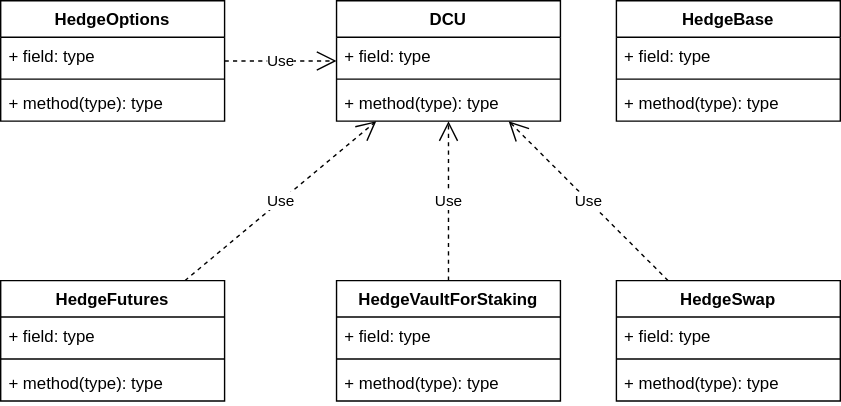
Before: docs/structure.svg, a diagram exported from draw.io (NEST-Protocol/NEST-PVM-V1.0). Source tidied: cells renumbered, new cells last; positions are measured from the earlier drawing's top-left corner, leaving out a move shared by most shapes.
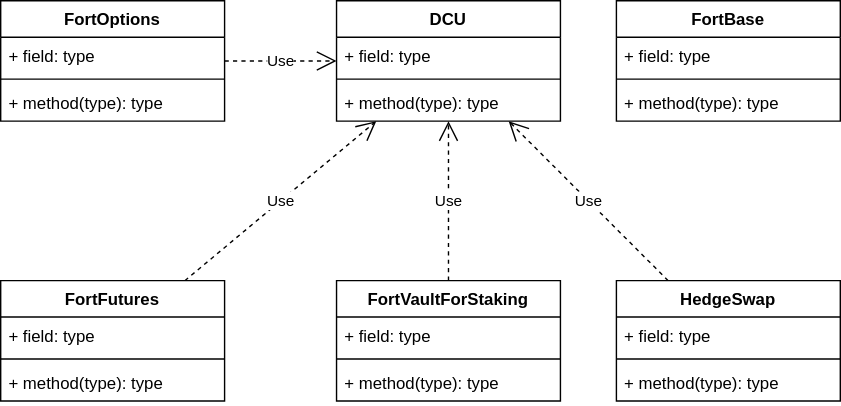
The same file after the commit.

What changed in the source:
```diff
@@ -14,7 +14,7 @@
     <mxCell id="5" value="Use" style="endArrow=open;endSize=12;dashed=1;html=1;" parent="1" edge="1" source="26" target="14">
       <mxGeometry relative="1" as="geometry" />
     </mxCell>
-    <mxCell id="6" value="HedgeFutures" style="swimlane;fontStyle=1;align=center;verticalAlign=top;horizontal=1;startSize=26;" parent="1" vertex="1">
+    <mxCell id="6" value="FortFutures" style="swimlane;fontStyle=1;align=center;verticalAlign=top;horizontal=1;startSize=26;" parent="1" vertex="1">
       <mxGeometry y="200" width="160" height="86" as="geometry" />
     </mxCell>
     <mxCell id="7" value="+ field: type" style="text;strokeColor=none;fillColor=none;align=left;verticalAlign=top;spacingLeft=4;spacingRight=4;overflow=hidden;" parent="6" vertex="1">
@@ -26,7 +26,7 @@
     <mxCell id="9" value="+ method(type): type" style="text;strokeColor=none;fillColor=none;align=left;verticalAlign=top;spacingLeft=4;spacingRight=4;overflow=hidden;" parent="6" vertex="1">
       <mxGeometry y="60" width="160" height="26" as="geometry" />
     </mxCell>
-    <mxCell id="10" value="HedgeOptions" style="swimlane;fontStyle=1;align=center;verticalAlign=top;horizontal=1;startSize=26;" parent="1" vertex="1">
+    <mxCell id="10" value="FortOptions" style="swimlane;fontStyle=1;align=center;verticalAlign=top;horizontal=1;startSize=26;" parent="1" vertex="1">
       <mxGeometry width="160" height="86" as="geometry" />
     </mxCell>
     <mxCell id="11" value="+ field: type" style="text;strokeColor=none;fillColor=none;align=left;verticalAlign=top;spacingLeft=4;spacingRight=4;overflow=hidden;" parent="10" vertex="1">
@@ -50,7 +50,7 @@
     <mxCell id="17" value="+ method(type): type" style="text;strokeColor=none;fillColor=none;align=left;verticalAlign=top;spacingLeft=4;spacingRight=4;overflow=hidden;" parent="14" vertex="1">
       <mxGeometry y="60" width="160" height="26" as="geometry" />
     </mxCell>
-    <mxCell id="18" value="HedgeBase" style="swimlane;fontStyle=1;align=center;verticalAlign=top;horizontal=1;startSize=26;" parent="1" vertex="1">
+    <mxCell id="18" value="FortBase" style="swimlane;fontStyle=1;align=center;verticalAlign=top;horizontal=1;startSize=26;" parent="1" vertex="1">
       <mxGeometry x="440" width="160" height="86" as="geometry" />
     </mxCell>
     <mxCell id="19" value="+ field: type" style="text;strokeColor=none;fillColor=none;align=left;verticalAlign=top;spacingLeft=4;spacingRight=4;overflow=hidden;" parent="18" vertex="1">
@@ -62,7 +62,7 @@
     <mxCell id="21" value="+ method(type): type" style="text;strokeColor=none;fillColor=none;align=left;verticalAlign=top;spacingLeft=4;spacingRight=4;overflow=hidden;" parent="18" vertex="1">
       <mxGeometry y="60" width="160" height="26" as="geometry" />
     </mxCell>
-    <mxCell id="22" value="HedgeVaultForStaking" style="swimlane;fontStyle=1;align=center;verticalAlign=top;horizontal=1;startSize=26;" parent="1" vertex="1">
+    <mxCell id="22" value="FortVaultForStaking" style="swimlane;fontStyle=1;align=center;verticalAlign=top;horizontal=1;startSize=26;" parent="1" vertex="1">
       <mxGeometry x="240" y="200" width="160" height="86" as="geometry" />
     </mxCell>
     <mxCell id="23" value="+ field: type" style="text;strokeColor=none;fillColor=none;align=left;verticalAlign=top;spacingLeft=4;spacingRight=4;overflow=hidden;" parent="22" vertex="1">
```
